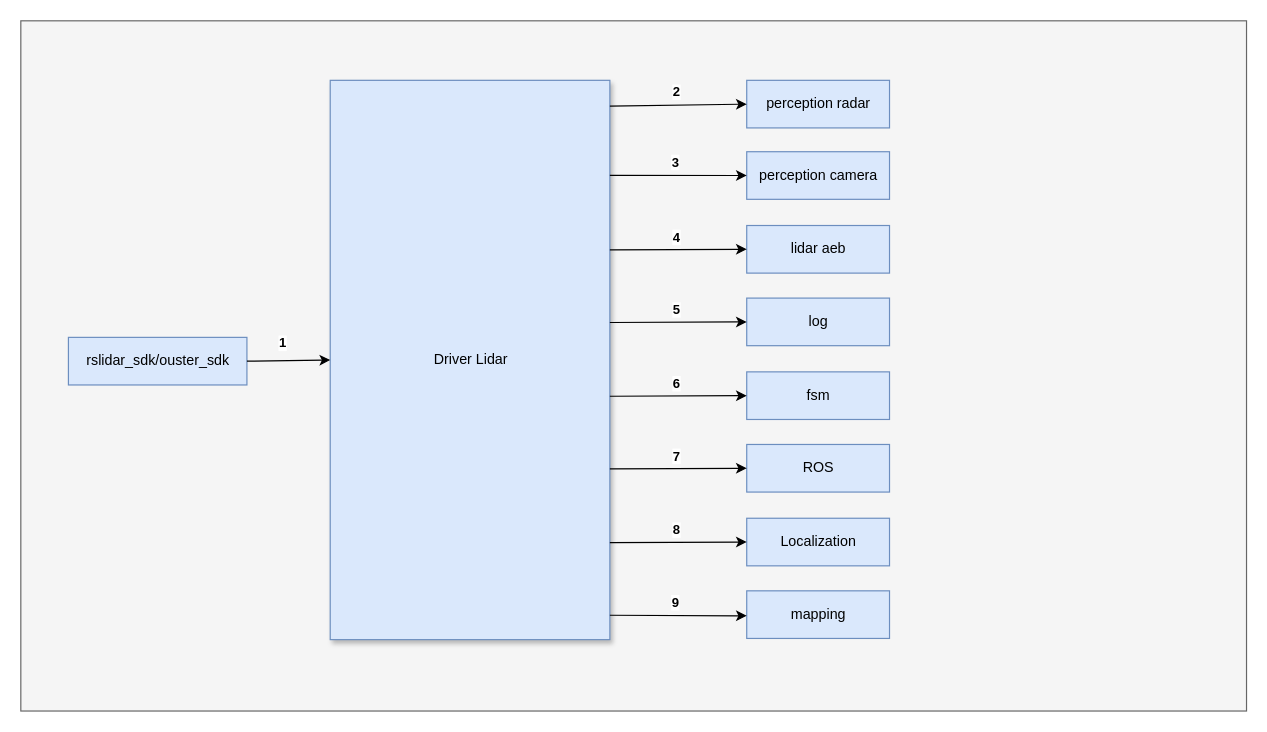
Above: lidar输入输出图.drawio in xiaoleli/diagrams (draw.io), before the change. Source tidied: cells renumbered, new cells numbered last; positions are measured from the earlier drawing's top-left corner, leaving out a move shared by most shapes. Both pictures are drawn from the tidied source at 119%, with x=0, y=0 at pixel (20, 20).
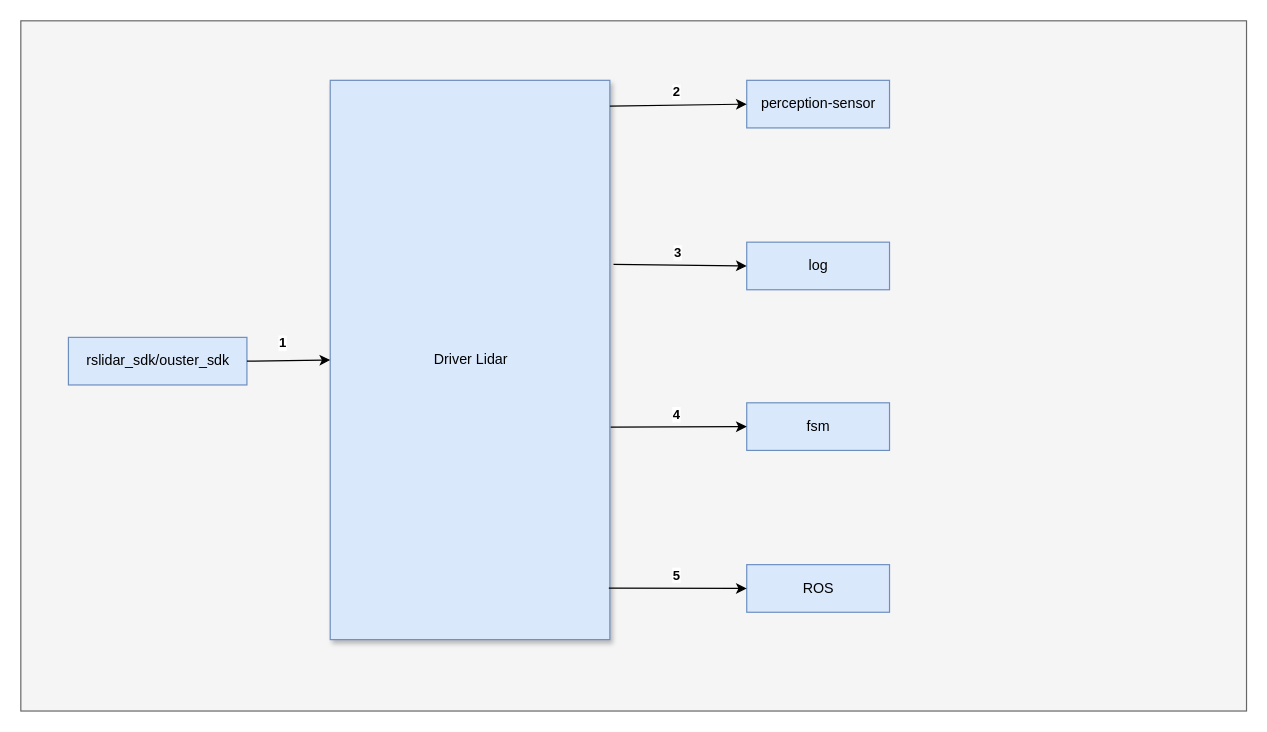
The same page after the edit.

Commit message:
更新lidar输入输出图.drawio

Unchanged cells that the change refers to:
```xml
<mxCell id="3" value="Driver Lidar" style="html=1;fillColor=#dae8fc;strokeColor=#6c8ebf;shadow=1;rounded=0;glass=0;sketch=0;" parent="1" vertex="1">
  <mxGeometry x="260" y="50" width="235" height="470" as="geometry" />
</mxCell>
```

Change to the diagram source:
```diff
@@
-    <mxCell id="7" value="perception camera" style="html=1;fillColor=#dae8fc;strokeColor=#6c8ebf;" parent="1" vertex="1">
-      <mxGeometry x="610" y="110" width="120" height="40" as="geometry" />
+    <mxCell id="7" value="log" style="html=1;fillColor=#dae8fc;strokeColor=#6c8ebf;" parent="1" vertex="1">
+      <mxGeometry x="610" y="186" width="120" height="40" as="geometry" />
     </mxCell>
-    <mxCell id="8" value="lidar aeb" style="html=1;fillColor=#dae8fc;strokeColor=#6c8ebf;" parent="1" vertex="1">
-      <mxGeometry x="610" y="172" width="120" height="40" as="geometry" />
+    <mxCell id="8" value="fsm" style="html=1;fillColor=#dae8fc;strokeColor=#6c8ebf;" parent="1" vertex="1">
+      <mxGeometry x="610" y="321" width="120" height="40" as="geometry" />
     </mxCell>
-    <mxCell id="9" value="log" style="html=1;fillColor=#dae8fc;strokeColor=#6c8ebf;" parent="1" vertex="1">
-      <mxGeometry x="610" y="233" width="120" height="40" as="geometry" />
+    <mxCell id="9" value="ROS" style="html=1;fillColor=#dae8fc;strokeColor=#6c8ebf;" parent="1" vertex="1">
+      <mxGeometry x="610" y="457" width="120" height="40" as="geometry" />
     </mxCell>
-    <mxCell id="10" value="fsm" style="html=1;fillColor=#dae8fc;strokeColor=#6c8ebf;" parent="1" vertex="1">
-      <mxGeometry x="610" y="295" width="120" height="40" as="geometry" />
-    </mxCell>
-    <mxCell id="11" value="mapping" style="html=1;fillColor=#dae8fc;strokeColor=#6c8ebf;" parent="1" vertex="1">
-      <mxGeometry x="610" y="479" width="120" height="40" as="geometry" />
-    </mxCell>
-    <mxCell id="12" value="perception radar" style="html=1;fillColor=#dae8fc;strokeColor=#6c8ebf;" parent="1" vertex="1">
+    <mxCell id="12" value="perception-sensor" style="html=1;fillColor=#dae8fc;strokeColor=#6c8ebf;" parent="1" vertex="1">
       <mxGeometry x="610" y="50" width="120" height="40" as="geometry" />
     </mxCell>
-    <mxCell id="13" value="ROS" style="html=1;fillColor=#dae8fc;strokeColor=#6c8ebf;" parent="1" vertex="1">
-      <mxGeometry x="610" y="356" width="120" height="40" as="geometry" />
-    </mxCell>
-    <mxCell id="14" value="Localization" style="html=1;fillColor=#dae8fc;strokeColor=#6c8ebf;" parent="1" vertex="1">
-      <mxGeometry x="610" y="418" width="120" height="40" as="geometry" />
-    </mxCell>
@@
-    <mxCell id="17" style="endArrow=classic;html=1;rounded=0;exitX=1;exitY=0.17;exitDx=0;exitDy=0;exitPerimeter=0;entryX=0;entryY=0.5;entryDx=0;entryDy=0;" parent="1" edge="1" source="3" target="7">
+    <mxCell id="17" style="endArrow=classic;html=1;rounded=0;exitX=1.013;exitY=0.329;exitDx=0;exitDy=0;exitPerimeter=0;entryX=0;entryY=0.5;entryDx=0;entryDy=0;" parent="1" edge="1" source="3" target="7">
       <mxGeometry relative="1" as="geometry" />
     </mxCell>
@@
-    <mxCell id="19" style="endArrow=classic;html=1;rounded=0;exitX=1;exitY=0.17;exitDx=0;exitDy=0;exitPerimeter=0;entryX=0;entryY=0.5;entryDx=0;entryDy=0;" parent="1" edge="1" target="8">
-      <mxGeometry relative="1" as="geometry">
-        <mxPoint x="495" y="192.5" as="sourcePoint" />
-      </mxGeometry>
+    <mxCell id="19" style="endArrow=classic;html=1;rounded=0;exitX=1.003;exitY=0.62;exitDx=0;exitDy=0;exitPerimeter=0;entryX=0;entryY=0.5;entryDx=0;entryDy=0;" parent="1" edge="1" source="3" target="8">
+      <mxGeometry relative="1" as="geometry" />
     </mxCell>
@@
-    <mxCell id="21" style="endArrow=classic;html=1;rounded=0;exitX=1;exitY=0.17;exitDx=0;exitDy=0;exitPerimeter=0;entryX=0;entryY=0.5;entryDx=0;entryDy=0;" parent="1" edge="1" target="9">
+    <mxCell id="21" style="endArrow=classic;html=1;rounded=0;exitX=0.996;exitY=0.578;exitDx=0;exitDy=0;exitPerimeter=0;entryX=0;entryY=0.5;entryDx=0;entryDy=0;" parent="1" edge="1" target="9">
       <mxGeometry relative="1" as="geometry">
-        <mxPoint x="495" y="253.5" as="sourcePoint" />
+        <mxPoint x="494.1" y="476.7" as="sourcePoint" />
       </mxGeometry>
     </mxCell>
@@
-    <mxCell id="23" style="endArrow=classic;html=1;rounded=0;exitX=1;exitY=0.17;exitDx=0;exitDy=0;exitPerimeter=0;entryX=0;entryY=0.5;entryDx=0;entryDy=0;" parent="1" edge="1" target="10">
-      <mxGeometry relative="1" as="geometry">
-        <mxPoint x="495" y="315.5" as="sourcePoint" />
-      </mxGeometry>
-    </mxCell>
-    <mxCell id="24" value="6" style="edgeLabel;html=1;align=center;verticalAlign=middle;fontStyle=1;" parent="23" vertex="1">
-      <mxGeometry x="0.29" y="-3" relative="1" as="geometry">
-        <mxPoint x="-19" y="-14" as="offset" />
-      </mxGeometry>
-    </mxCell>
-    <mxCell id="25" style="endArrow=classic;html=1;rounded=0;exitX=1;exitY=0.17;exitDx=0;exitDy=0;exitPerimeter=0;entryX=0;entryY=0.5;entryDx=0;entryDy=0;" parent="1" edge="1" target="13">
-      <mxGeometry relative="1" as="geometry">
-        <mxPoint x="495" y="376.5" as="sourcePoint" />
-      </mxGeometry>
-    </mxCell>
-    <mxCell id="26" value="7" style="edgeLabel;html=1;align=center;verticalAlign=middle;fontStyle=1;" parent="25" vertex="1">
-      <mxGeometry x="0.29" y="-3" relative="1" as="geometry">
-        <mxPoint x="-19" y="-14" as="offset" />
-      </mxGeometry>
-    </mxCell>
-    <mxCell id="27" style="endArrow=classic;html=1;rounded=0;exitX=1;exitY=0.17;exitDx=0;exitDy=0;exitPerimeter=0;entryX=0;entryY=0.5;entryDx=0;entryDy=0;" parent="1" edge="1" target="14">
-      <mxGeometry relative="1" as="geometry">
-        <mxPoint x="495" y="438.5" as="sourcePoint" />
-      </mxGeometry>
-    </mxCell>
-    <mxCell id="28" value="8" style="edgeLabel;html=1;align=center;verticalAlign=middle;fontStyle=1;" parent="27" vertex="1">
-      <mxGeometry x="0.29" y="-3" relative="1" as="geometry">
-        <mxPoint x="-19" y="-14" as="offset" />
-      </mxGeometry>
-    </mxCell>
-    <mxCell id="29" style="endArrow=classic;html=1;rounded=0;exitX=1;exitY=0.17;exitDx=0;exitDy=0;exitPerimeter=0;" parent="1" edge="1">
-      <mxGeometry relative="1" as="geometry">
-        <mxPoint x="495" y="499.5" as="sourcePoint" />
-        <mxPoint x="610" y="500" as="targetPoint" />
-      </mxGeometry>
-    </mxCell>
-    <mxCell id="30" value="9" style="edgeLabel;html=1;align=center;verticalAlign=middle;fontStyle=1;" parent="29" vertex="1">
-      <mxGeometry x="0.29" y="-3" relative="1" as="geometry">
-        <mxPoint x="-19" y="-14" as="offset" />
-      </mxGeometry>
-    </mxCell>
```
